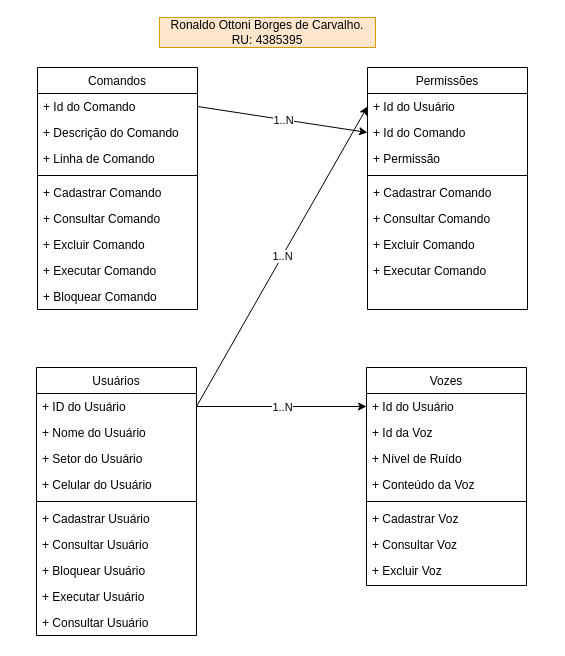
Before: Diagrama de Classes.drawio in ronaldoottoni/Cobol, a draw.io diagram. Source tidied: cells renumbered, new cells numbered last; positions are measured from the earlier drawing's top-left corner, leaving out a move shared by most shapes. Both pictures are drawn from the tidied source at 100%, with x=0, y=0 at pixel (36, 17).
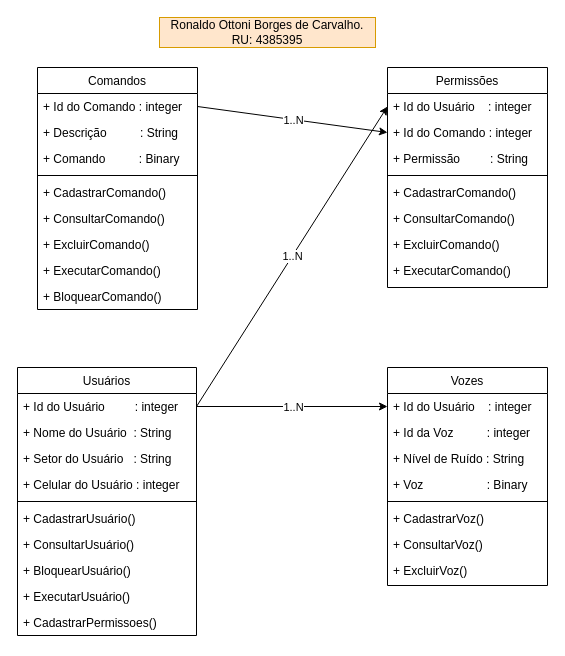
Above is the later version.

Unchanged cells that the change refers to:
```xml
<mxCell id="2" value="Comandos" style="swimlane;fontStyle=0;align=center;verticalAlign=top;horizontal=1;startSize=26;rounded=0;shadow=0;strokeWidth=1;" parent="1" vertex="1">
  <mxGeometry x="1" y="50" width="160" height="242" as="geometry" />
</mxCell>
```

Diff of the diagram source:
```diff
@@
-    <mxCell id="3" value="+ Id do Comando" style="text;align=left;verticalAlign=top;spacingLeft=4;spacingRight=4;overflow=hidden;points=[[0,0.5],[1,0.5]];portConstraint=eastwest;" parent="2" vertex="1">
+    <mxCell id="3" value="+ Id do Comando : integer" style="text;align=left;verticalAlign=top;spacingLeft=4;spacingRight=4;overflow=hidden;points=[[0,0.5],[1,0.5]];portConstraint=eastwest;" parent="2" vertex="1">
       <mxGeometry y="26" width="160" height="26" as="geometry" />
     </mxCell>
-    <mxCell id="4" value="+ Descrição do Comando" style="text;align=left;verticalAlign=top;spacingLeft=4;spacingRight=4;overflow=hidden;rounded=0;shadow=0;html=0;" parent="2" vertex="1">
+    <mxCell id="4" value="+ Descrição          : String" style="text;align=left;verticalAlign=top;spacingLeft=4;spacingRight=4;overflow=hidden;rounded=0;shadow=0;html=0;" parent="2" vertex="1">
       <mxGeometry y="52" width="160" height="26" as="geometry" />
     </mxCell>
-    <mxCell id="5" value="+ Linha de Comando" style="text;align=left;verticalAlign=top;spacingLeft=4;spacingRight=4;overflow=hidden;rounded=0;shadow=0;html=0;" parent="2" vertex="1">
+    <mxCell id="5" value="+ Comando          : Binary" style="text;align=left;verticalAlign=top;spacingLeft=4;spacingRight=4;overflow=hidden;rounded=0;shadow=0;html=0;" parent="2" vertex="1">
       <mxGeometry y="78" width="160" height="26" as="geometry" />
     </mxCell>
@@
-    <mxCell id="7" value="+ Cadastrar Comando" style="text;align=left;verticalAlign=top;spacingLeft=4;spacingRight=4;overflow=hidden;fontStyle=0;" parent="2" vertex="1">
+    <mxCell id="7" value="+ CadastrarComando()" style="text;align=left;verticalAlign=top;spacingLeft=4;spacingRight=4;overflow=hidden;fontStyle=0;" parent="2" vertex="1">
       <mxGeometry y="112" width="160" height="26" as="geometry" />
     </mxCell>
-    <mxCell id="8" value="+ Consultar Comando" style="text;align=left;verticalAlign=top;spacingLeft=4;spacingRight=4;overflow=hidden;" parent="2" vertex="1">
+    <mxCell id="8" value="+ ConsultarComando()" style="text;align=left;verticalAlign=top;spacingLeft=4;spacingRight=4;overflow=hidden;" parent="2" vertex="1">
       <mxGeometry y="138" width="160" height="26" as="geometry" />
     </mxCell>
-    <mxCell id="9" value="+ Excluir Comando" style="text;align=left;verticalAlign=top;spacingLeft=4;spacingRight=4;overflow=hidden;" parent="2" vertex="1">
+    <mxCell id="9" value="+ ExcluirComando()" style="text;align=left;verticalAlign=top;spacingLeft=4;spacingRight=4;overflow=hidden;" parent="2" vertex="1">
       <mxGeometry y="164" width="160" height="26" as="geometry" />
     </mxCell>
-    <mxCell id="10" value="+ Executar Comando" style="text;align=left;verticalAlign=top;spacingLeft=4;spacingRight=4;overflow=hidden;" parent="2" vertex="1">
+    <mxCell id="10" value="+ ExecutarComando()" style="text;align=left;verticalAlign=top;spacingLeft=4;spacingRight=4;overflow=hidden;" parent="2" vertex="1">
       <mxGeometry y="190" width="160" height="26" as="geometry" />
     </mxCell>
-    <mxCell id="11" value="+ Bloquear Comando" style="text;align=left;verticalAlign=top;spacingLeft=4;spacingRight=4;overflow=hidden;" parent="2" vertex="1">
+    <mxCell id="11" value="+ BloquearComando()" style="text;align=left;verticalAlign=top;spacingLeft=4;spacingRight=4;overflow=hidden;" parent="2" vertex="1">
       <mxGeometry y="216" width="160" height="26" as="geometry" />
     </mxCell>
     <mxCell id="12" value="Usuários" style="swimlane;fontStyle=0;align=center;verticalAlign=top;horizontal=1;startSize=26;rounded=0;shadow=0;strokeWidth=1;" parent="1" vertex="1">
-      <mxGeometry y="350" width="160" height="268" as="geometry" />
+      <mxGeometry x="-19" y="350" width="179" height="268" as="geometry" />
     </mxCell>
-    <mxCell id="13" value="+ ID do Usuário" style="text;align=left;verticalAlign=top;spacingLeft=4;spacingRight=4;overflow=hidden;points=[[0,0.5],[1,0.5]];portConstraint=eastwest;" parent="12" vertex="1">
-      <mxGeometry y="26" width="160" height="26" as="geometry" />
+    <mxCell id="13" value="+ Id do Usuário         : integer" style="text;align=left;verticalAlign=top;spacingLeft=4;spacingRight=4;overflow=hidden;points=[[0,0.5],[1,0.5]];portConstraint=eastwest;" parent="12" vertex="1">
+      <mxGeometry y="26" width="179" height="26" as="geometry" />
     </mxCell>
-    <mxCell id="14" value="+ Nome do Usuário" style="text;align=left;verticalAlign=top;spacingLeft=4;spacingRight=4;overflow=hidden;rounded=0;shadow=0;html=0;" parent="12" vertex="1">
-      <mxGeometry y="52" width="160" height="26" as="geometry" />
+    <mxCell id="14" value="+ Nome do Usuário  : String" style="text;align=left;verticalAlign=top;spacingLeft=4;spacingRight=4;overflow=hidden;rounded=0;shadow=0;html=0;" parent="12" vertex="1">
+      <mxGeometry y="52" width="179" height="26" as="geometry" />
     </mxCell>
-    <mxCell id="15" value="+ Setor do Usuário" style="text;align=left;verticalAlign=top;spacingLeft=4;spacingRight=4;overflow=hidden;rounded=0;shadow=0;html=0;" parent="12" vertex="1">
-      <mxGeometry y="78" width="160" height="26" as="geometry" />
+    <mxCell id="15" value="+ Setor do Usuário   : String" style="text;align=left;verticalAlign=top;spacingLeft=4;spacingRight=4;overflow=hidden;rounded=0;shadow=0;html=0;" parent="12" vertex="1">
+      <mxGeometry y="78" width="179" height="26" as="geometry" />
     </mxCell>
-    <mxCell id="16" value="+ Celular do Usuário" style="text;align=left;verticalAlign=top;spacingLeft=4;spacingRight=4;overflow=hidden;rounded=0;shadow=0;html=0;" parent="12" vertex="1">
-      <mxGeometry y="104" width="160" height="26" as="geometry" />
+    <mxCell id="16" value="+ Celular do Usuário : integer" style="text;align=left;verticalAlign=top;spacingLeft=4;spacingRight=4;overflow=hidden;rounded=0;shadow=0;html=0;" parent="12" vertex="1">
+      <mxGeometry y="104" width="179" height="26" as="geometry" />
     </mxCell>
     <mxCell id="17" style="line;html=1;strokeWidth=1;align=left;verticalAlign=middle;spacingTop=-1;spacingLeft=3;spacingRight=3;labelPosition=right;" parent="12" vertex="1">
-      <mxGeometry y="130" width="160" height="8" as="geometry" />
+      <mxGeometry y="130" width="179" height="8" as="geometry" />
     </mxCell>
-    <mxCell id="18" value="+ Cadastrar Usuário" style="text;align=left;verticalAlign=top;spacingLeft=4;spacingRight=4;overflow=hidden;fontStyle=0;" parent="12" vertex="1">
-      <mxGeometry y="138" width="160" height="26" as="geometry" />
+    <mxCell id="18" value="+ CadastrarUsuário()" style="text;align=left;verticalAlign=top;spacingLeft=4;spacingRight=4;overflow=hidden;fontStyle=0;" parent="12" vertex="1">
+      <mxGeometry y="138" width="179" height="26" as="geometry" />
     </mxCell>
-    <mxCell id="19" value="+ Consultar Usuário" style="text;align=left;verticalAlign=top;spacingLeft=4;spacingRight=4;overflow=hidden;" parent="12" vertex="1">
-      <mxGeometry y="164" width="160" height="26" as="geometry" />
+    <mxCell id="19" value="+ ConsultarUsuário()" style="text;align=left;verticalAlign=top;spacingLeft=4;spacingRight=4;overflow=hidden;" parent="12" vertex="1">
+      <mxGeometry y="164" width="179" height="26" as="geometry" />
     </mxCell>
-    <mxCell id="20" value="+ Bloquear Usuário" style="text;align=left;verticalAlign=top;spacingLeft=4;spacingRight=4;overflow=hidden;" parent="12" vertex="1">
-      <mxGeometry y="190" width="160" height="26" as="geometry" />
+    <mxCell id="20" value="+ BloquearUsuário()" style="text;align=left;verticalAlign=top;spacingLeft=4;spacingRight=4;overflow=hidden;" parent="12" vertex="1">
+      <mxGeometry y="190" width="179" height="26" as="geometry" />
     </mxCell>
-    <mxCell id="21" value="+ Executar Usuário" style="text;align=left;verticalAlign=top;spacingLeft=4;spacingRight=4;overflow=hidden;" parent="12" vertex="1">
-      <mxGeometry y="216" width="160" height="26" as="geometry" />
+    <mxCell id="21" value="+ ExecutarUsuário()" style="text;align=left;verticalAlign=top;spacingLeft=4;spacingRight=4;overflow=hidden;" parent="12" vertex="1">
+      <mxGeometry y="216" width="179" height="26" as="geometry" />
     </mxCell>
-    <mxCell id="22" value="+ Consultar Usuário" style="text;align=left;verticalAlign=top;spacingLeft=4;spacingRight=4;overflow=hidden;" parent="12" vertex="1">
-      <mxGeometry y="242" width="160" height="26" as="geometry" />
+    <mxCell id="22" value="+ CadastrarPermissoes()" style="text;align=left;verticalAlign=top;spacingLeft=4;spacingRight=4;overflow=hidden;" parent="12" vertex="1">
+      <mxGeometry y="242" width="179" height="26" as="geometry" />
     </mxCell>
     <mxCell id="23" value="Permissões" style="swimlane;fontStyle=0;align=center;verticalAlign=top;horizontal=1;startSize=26;rounded=0;shadow=0;strokeWidth=1;" parent="1" vertex="1">
-      <mxGeometry x="331" y="50" width="160" height="242" as="geometry" />
+      <mxGeometry x="351" y="50" width="160" height="220" as="geometry" />
     </mxCell>
-    <mxCell id="24" value="+ Id do Usuário" style="text;align=left;verticalAlign=top;spacingLeft=4;spacingRight=4;overflow=hidden;points=[[0,0.5],[1,0.5]];portConstraint=eastwest;" parent="23" vertex="1">
+    <mxCell id="24" value="+ Id do Usuário    : integer" style="text;align=left;verticalAlign=top;spacingLeft=4;spacingRight=4;overflow=hidden;points=[[0,0.5],[1,0.5]];portConstraint=eastwest;" parent="23" vertex="1">
       <mxGeometry y="26" width="160" height="26" as="geometry" />
     </mxCell>
-    <mxCell id="25" value="+ Id do Comando" style="text;align=left;verticalAlign=top;spacingLeft=4;spacingRight=4;overflow=hidden;points=[[0,0.5],[1,0.5]];portConstraint=eastwest;rounded=0;shadow=0;html=0;" parent="23" vertex="1">
+    <mxCell id="25" value="+ Id do Comando : integer" style="text;align=left;verticalAlign=top;spacingLeft=4;spacingRight=4;overflow=hidden;points=[[0,0.5],[1,0.5]];portConstraint=eastwest;rounded=0;shadow=0;html=0;" parent="23" vertex="1">
       <mxGeometry y="52" width="160" height="26" as="geometry" />
     </mxCell>
-    <mxCell id="26" value="+ Permissão" style="text;align=left;verticalAlign=top;spacingLeft=4;spacingRight=4;overflow=hidden;" parent="23" vertex="1">
+    <mxCell id="26" value="+ Permissão         : String" style="text;align=left;verticalAlign=top;spacingLeft=4;spacingRight=4;overflow=hidden;" parent="23" vertex="1">
       <mxGeometry y="78" width="160" height="26" as="geometry" />
     </mxCell>
@@
-    <mxCell id="28" value="+ Cadastrar Comando" style="text;align=left;verticalAlign=top;spacingLeft=4;spacingRight=4;overflow=hidden;fontStyle=0;" parent="23" vertex="1">
+    <mxCell id="28" value="+ CadastrarComando()" style="text;align=left;verticalAlign=top;spacingLeft=4;spacingRight=4;overflow=hidden;fontStyle=0;" parent="23" vertex="1">
       <mxGeometry y="112" width="160" height="26" as="geometry" />
     </mxCell>
-    <mxCell id="29" value="+ Consultar Comando" style="text;align=left;verticalAlign=top;spacingLeft=4;spacingRight=4;overflow=hidden;" parent="23" vertex="1">
+    <mxCell id="29" value="+ ConsultarComando()" style="text;align=left;verticalAlign=top;spacingLeft=4;spacingRight=4;overflow=hidden;" parent="23" vertex="1">
       <mxGeometry y="138" width="160" height="26" as="geometry" />
     </mxCell>
-    <mxCell id="30" value="+ Excluir Comando" style="text;align=left;verticalAlign=top;spacingLeft=4;spacingRight=4;overflow=hidden;" parent="23" vertex="1">
+    <mxCell id="30" value="+ ExcluirComando()" style="text;align=left;verticalAlign=top;spacingLeft=4;spacingRight=4;overflow=hidden;" parent="23" vertex="1">
       <mxGeometry y="164" width="160" height="26" as="geometry" />
     </mxCell>
-    <mxCell id="31" value="+ Executar Comando" style="text;align=left;verticalAlign=top;spacingLeft=4;spacingRight=4;overflow=hidden;" parent="23" vertex="1">
+    <mxCell id="31" value="+ ExecutarComando()" style="text;align=left;verticalAlign=top;spacingLeft=4;spacingRight=4;overflow=hidden;" parent="23" vertex="1">
       <mxGeometry y="190" width="160" height="26" as="geometry" />
     </mxCell>
@@
     <mxCell id="36" value="Vozes" style="swimlane;fontStyle=0;align=center;verticalAlign=top;horizontal=1;startSize=26;rounded=0;shadow=0;strokeWidth=1;" parent="1" vertex="1">
-      <mxGeometry x="330" y="350" width="160" height="218" as="geometry" />
+      <mxGeometry x="351" y="350" width="160" height="218" as="geometry" />
     </mxCell>
-    <mxCell id="37" value="+ Id do Usuário" style="text;align=left;verticalAlign=top;spacingLeft=4;spacingRight=4;overflow=hidden;points=[[0,0.5],[1,0.5]];portConstraint=eastwest;" parent="36" vertex="1">
+    <mxCell id="37" value="+ Id do Usuário    : integer" style="text;align=left;verticalAlign=top;spacingLeft=4;spacingRight=4;overflow=hidden;points=[[0,0.5],[1,0.5]];portConstraint=eastwest;" parent="36" vertex="1">
       <mxGeometry y="26" width="160" height="26" as="geometry" />
     </mxCell>
-    <mxCell id="38" value="+ Id da Voz" style="text;align=left;verticalAlign=top;spacingLeft=4;spacingRight=4;overflow=hidden;rounded=0;shadow=0;html=0;" parent="36" vertex="1">
+    <mxCell id="38" value="+ Id da Voz          : integer" style="text;align=left;verticalAlign=top;spacingLeft=4;spacingRight=4;overflow=hidden;rounded=0;shadow=0;html=0;" parent="36" vertex="1">
       <mxGeometry y="52" width="160" height="26" as="geometry" />
     </mxCell>
-    <mxCell id="39" value="+ Nível de Ruído" style="text;align=left;verticalAlign=top;spacingLeft=4;spacingRight=4;overflow=hidden;" parent="36" vertex="1">
+    <mxCell id="39" value="+ Nível de Ruído : String" style="text;align=left;verticalAlign=top;spacingLeft=4;spacingRight=4;overflow=hidden;" parent="36" vertex="1">
       <mxGeometry y="78" width="160" height="26" as="geometry" />
     </mxCell>
-    <mxCell id="40" value="+ Conteúdo da Voz" style="text;align=left;verticalAlign=top;spacingLeft=4;spacingRight=4;overflow=hidden;" parent="36" vertex="1">
+    <mxCell id="40" value="+ Voz                   : Binary    " style="text;align=left;verticalAlign=top;spacingLeft=4;spacingRight=4;overflow=hidden;" parent="36" vertex="1">
       <mxGeometry y="104" width="160" height="26" as="geometry" />
     </mxCell>
@@
-    <mxCell id="42" value="+ Cadastrar Voz" style="text;align=left;verticalAlign=top;spacingLeft=4;spacingRight=4;overflow=hidden;fontStyle=0;" parent="36" vertex="1">
+    <mxCell id="42" value="+ CadastrarVoz()" style="text;align=left;verticalAlign=top;spacingLeft=4;spacingRight=4;overflow=hidden;fontStyle=0;" parent="36" vertex="1">
       <mxGeometry y="138" width="160" height="26" as="geometry" />
     </mxCell>
-    <mxCell id="43" value="+ Consultar Voz" style="text;align=left;verticalAlign=top;spacingLeft=4;spacingRight=4;overflow=hidden;" parent="36" vertex="1">
+    <mxCell id="43" value="+ ConsultarVoz()" style="text;align=left;verticalAlign=top;spacingLeft=4;spacingRight=4;overflow=hidden;" parent="36" vertex="1">
       <mxGeometry y="164" width="160" height="26" as="geometry" />
     </mxCell>
-    <mxCell id="44" value="+ Excluir Voz" style="text;align=left;verticalAlign=top;spacingLeft=4;spacingRight=4;overflow=hidden;" parent="36" vertex="1">
+    <mxCell id="44" value="+ ExcluirVoz()" style="text;align=left;verticalAlign=top;spacingLeft=4;spacingRight=4;overflow=hidden;" parent="36" vertex="1">
       <mxGeometry y="190" width="160" height="26" as="geometry" />
     </mxCell>
```
